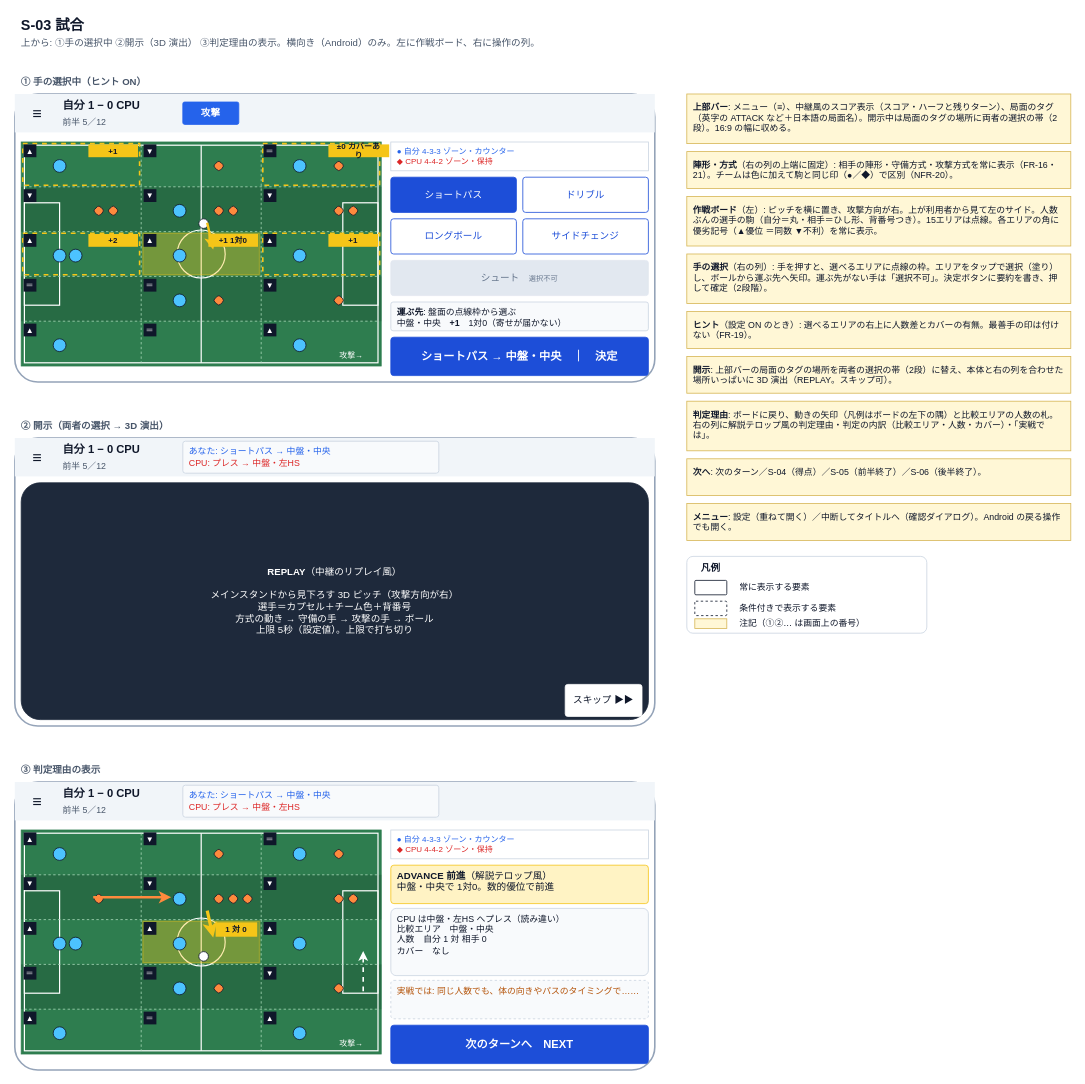
Above: page "wireframe-s03-match" (3 of 12) of docs/specs/2_basic-design/wireframes.drawio in n-yata/soccer-sim (draw.io), before the change. Source tidied: cells renumbered, new cells numbered last; positions are measured from the earlier drawing's top-left corner, leaving out a move shared by most shapes. Both pictures are drawn from the tidied source at 80%, with x=0, y=0 at pixel (14, 14).
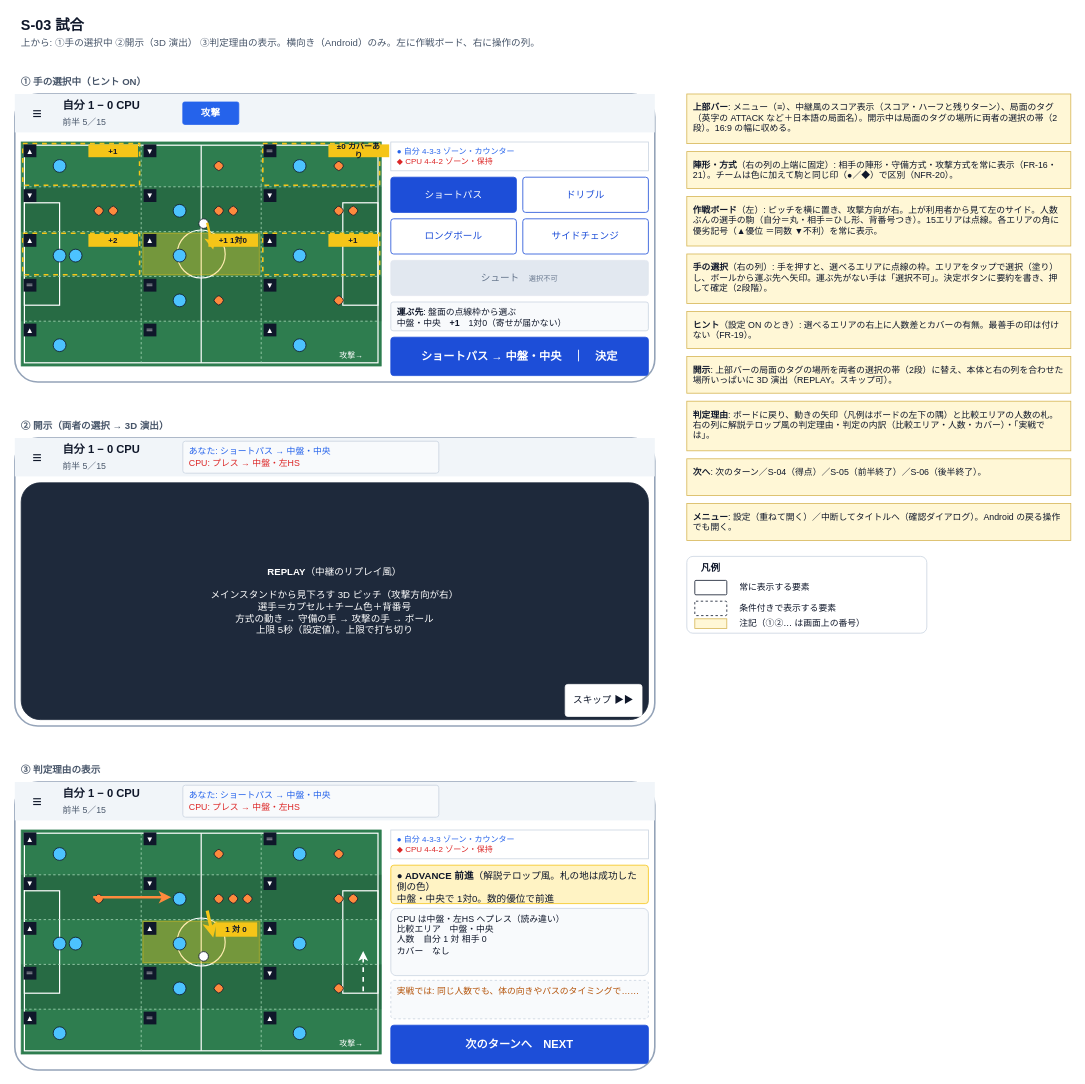
After the change.

Change to the diagram source:
```diff
@@
-    <mxCell id="9" value="前半 5／12" style="rounded=0;arcSize=8;whiteSpace=wrap;html=1;fillColor=none;strokeColor=none;fontSize=11;fontColor=#475569;align=left;verticalAlign=middle;spacingLeft=6;spacingRight=6;" parent="1" vertex="1">
+    <mxCell id="9" value="前半 5／15" style="rounded=0;arcSize=8;whiteSpace=wrap;html=1;fillColor=none;strokeColor=none;fontSize=11;fontColor=#475569;align=left;verticalAlign=middle;spacingLeft=6;spacingRight=6;" parent="1" vertex="1">
       <mxGeometry x="52" y="124" width="150" height="22" as="geometry" />
     </mxCell>
@@
-    <mxCell id="86" value="前半 5／12" style="rounded=0;arcSize=8;whiteSpace=wrap;html=1;fillColor=none;strokeColor=none;fontSize=11;fontColor=#475569;align=left;verticalAlign=middle;spacingLeft=6;spacingRight=6;" parent="1" vertex="1">
+    <mxCell id="86" value="前半 5／15" style="rounded=0;arcSize=8;whiteSpace=wrap;html=1;fillColor=none;strokeColor=none;fontSize=11;fontColor=#475569;align=left;verticalAlign=middle;spacingLeft=6;spacingRight=6;" parent="1" vertex="1">
       <mxGeometry x="52" y="554" width="150" height="22" as="geometry" />
     </mxCell>
@@
-    <mxCell id="95" value="前半 5／12" style="rounded=0;arcSize=8;whiteSpace=wrap;html=1;fillColor=none;strokeColor=none;fontSize=11;fontColor=#475569;align=left;verticalAlign=middle;spacingLeft=6;spacingRight=6;" parent="1" vertex="1">
+    <mxCell id="95" value="前半 5／15" style="rounded=0;arcSize=8;whiteSpace=wrap;html=1;fillColor=none;strokeColor=none;fontSize=11;fontColor=#475569;align=left;verticalAlign=middle;spacingLeft=6;spacingRight=6;" parent="1" vertex="1">
       <mxGeometry x="52" y="984" width="150" height="22" as="geometry" />
     </mxCell>
@@
-    <mxCell id="154" value="&lt;b&gt;ADVANCE 前進&lt;/b&gt;（解説テロップ風）&lt;br&gt;中盤・中央で 1対0。数的優位で前進" style="rounded=1;arcSize=8;whiteSpace=wrap;html=1;fillColor=#FFF3C4;strokeColor=#F5C518;fontSize=12;fontColor=#0F172A;align=left;verticalAlign=top;spacingLeft=6;spacingRight=6;" parent="1" vertex="1">
+    <mxCell id="154" value="&lt;b&gt;● ADVANCE 前進&lt;/b&gt;（解説テロップ風。札の地は成功した側の色）&lt;br&gt;中盤・中央で 1対0。数的優位で前進" style="rounded=1;arcSize=8;whiteSpace=wrap;html=1;fillColor=#FFF3C4;strokeColor=#F5C518;fontSize=12;fontColor=#0F172A;align=left;verticalAlign=top;spacingLeft=6;spacingRight=6;" parent="1" vertex="1">
       <mxGeometry x="470" y="1064" width="322" height="48" as="geometry" />
     </mxCell>
```
